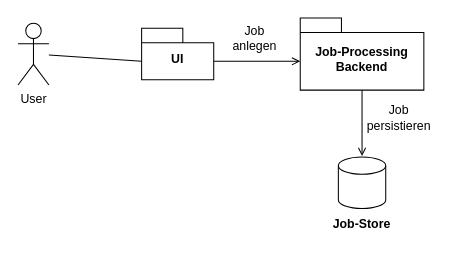
Earlier version of the draw.io diagram Paper/drawio/contextView.drawio (murfei/FaultTolerantJobProcessing). Source tidied: cells renumbered, new cells numbered last; positions are measured from the earlier drawing's top-left corner, leaving out a move shared by most shapes. Both pictures are drawn from the tidied source at 103%, with x=0, y=0 at pixel (18, 18).
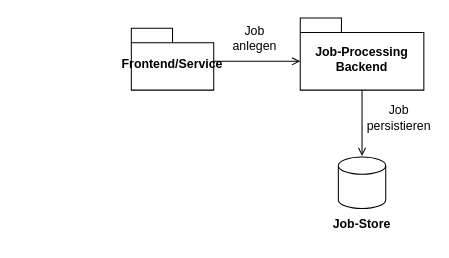
The same page after the edit.

Diff of the diagram source:
```diff
@@
 <mxGraphModel>
   <root>
     <mxCell id="0" />
     <mxCell id="1" parent="0" />
-    <mxCell id="2" value="UI" style="shape=folder;fontStyle=1;spacingTop=10;tabWidth=40;tabHeight=14;tabPosition=left;html=1;whiteSpace=wrap;" parent="1" vertex="1">
-      <mxGeometry x="120" y="10" width="70" height="50" as="geometry" />
+    <mxCell id="2" value="Frontend/Service" style="shape=folder;fontStyle=1;spacingTop=10;tabWidth=40;tabHeight=14;tabPosition=left;html=1;whiteSpace=wrap;" parent="1" vertex="1">
+      <mxGeometry x="110" y="10" width="80" height="60" as="geometry" />
     </mxCell>
-    <mxCell id="3" value="User" style="shape=umlActor;verticalLabelPosition=bottom;verticalAlign=top;html=1;" parent="1" vertex="1">
-      <mxGeometry y="5" width="30" height="60" as="geometry" />
-    </mxCell>
     <mxCell id="4" value="Job-Processing Backend" style="shape=folder;fontStyle=1;spacingTop=10;tabWidth=40;tabHeight=14;tabPosition=left;html=1;whiteSpace=wrap;" parent="1" vertex="1">
       <mxGeometry x="274" width="120" height="70" as="geometry" />
     </mxCell>
-    <mxCell id="5" style="endArrow=none;html=1;rounded=0;entryX=0;entryY=0;entryDx=0;entryDy=32;entryPerimeter=0;" parent="1" edge="1" source="3" target="2">
-      <mxGeometry relative="1" as="geometry" />
-    </mxCell>
-    <mxCell id="6" style="endArrow=open;html=1;rounded=0;exitX=0;exitY=0;exitDx=70;exitDy=32;exitPerimeter=0;entryX=0;entryY=0;entryDx=0;entryDy=42;entryPerimeter=0;endFill=0;" parent="1" edge="1" source="2" target="4">
+    <mxCell id="6" style="endArrow=open;html=1;rounded=0;exitX=0.994;exitY=0.532;exitDx=0;exitDy=0;exitPerimeter=0;entryX=0;entryY=0;entryDx=0;entryDy=42;entryPerimeter=0;endFill=0;" parent="1" edge="1" source="2" target="4">
       <mxGeometry relative="1" as="geometry" />
     </mxCell>
     <mxCell id="7" value="Job anlegen" style="text;html=1;whiteSpace=wrap;strokeColor=none;fillColor=none;align=center;verticalAlign=middle;rounded=0;" parent="1" vertex="1">
       <mxGeometry x="200" y="5" width="60" height="30" as="geometry" />
     </mxCell>
     <mxCell id="8" style="endArrow=open;html=1;rounded=0;exitX=0.5;exitY=1;exitDx=0;exitDy=0;exitPerimeter=0;entryX=0;entryY=0;entryDx=55;entryDy=14;entryPerimeter=0;endFill=0;" parent="1" edge="1" source="4">
       <mxGeometry relative="1" as="geometry">
         <mxPoint x="334" y="134" as="targetPoint" />
       </mxGeometry>
     </mxCell>
     <mxCell id="9" value="Job persistieren" style="text;html=1;whiteSpace=wrap;strokeColor=none;fillColor=none;align=center;verticalAlign=middle;rounded=0;" parent="1" vertex="1">
       <mxGeometry x="340" y="82" width="60" height="30" as="geometry" />
     </mxCell>
     <mxCell id="10" style="strokeWidth=1;html=1;shape=mxgraph.flowchart.database;whiteSpace=wrap;" parent="1" vertex="1">
       <mxGeometry x="311" y="135" width="46" height="50" as="geometry" />
     </mxCell>
     <mxCell id="11" value="&lt;b&gt;Job-Store&lt;/b&gt;" style="text;html=1;whiteSpace=wrap;strokeColor=none;fillColor=none;align=center;verticalAlign=middle;rounded=0;" parent="1" vertex="1">
       <mxGeometry x="304" y="185" width="60" height="30" as="geometry" />
     </mxCell>
   </root>
 </mxGraphModel>
```
